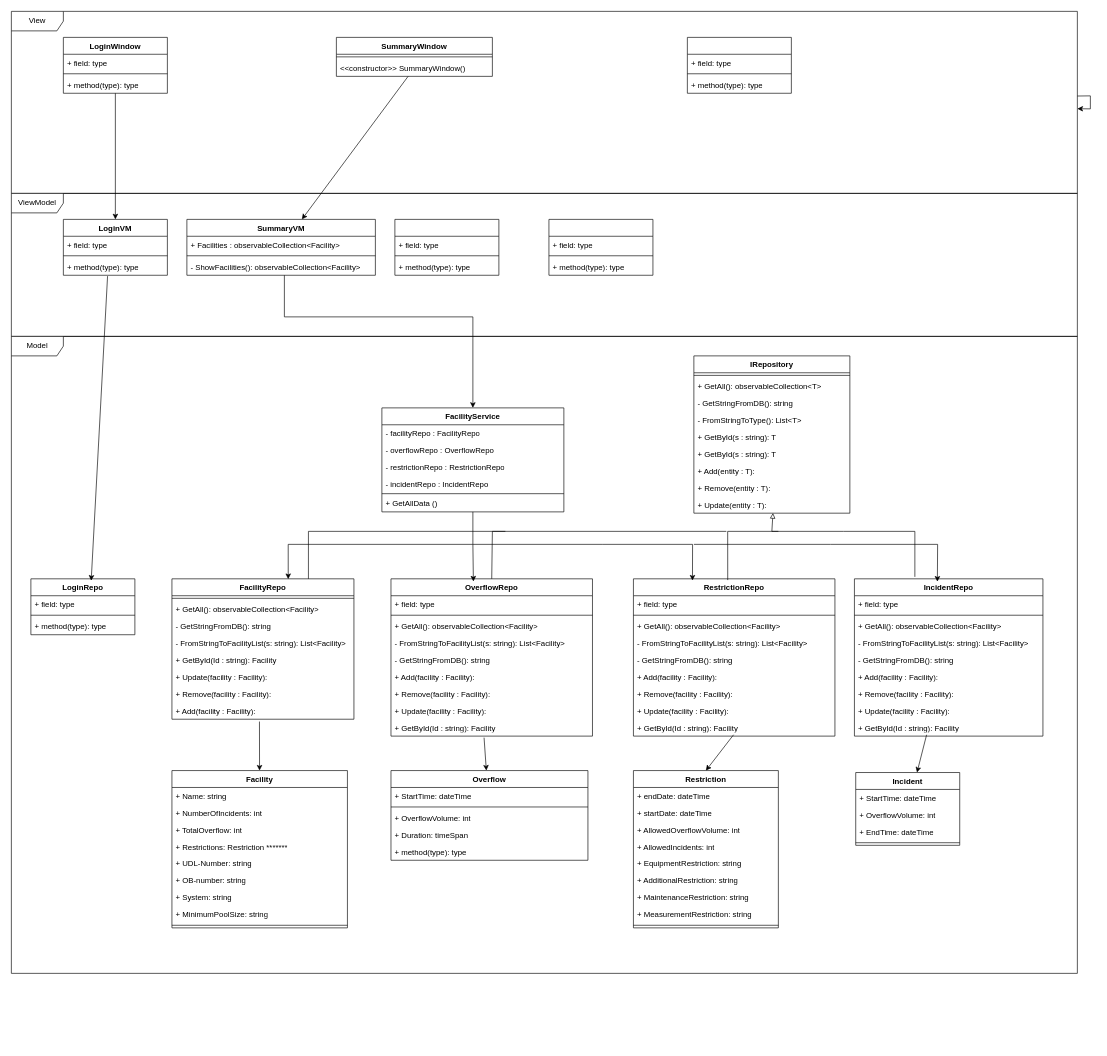
Earlier version of the draw.io diagram page "Side-2" (2 of 2) of SD og DCD_UC1 - 2.drawio (DScharla/T14). Source tidied: cells renumbered, new cells numbered last; positions are measured from the earlier drawing's top-left corner, leaving out a move shared by most shapes. Both pictures are drawn from the tidied source at 65%, with x=0, y=0 at pixel (11, 11).
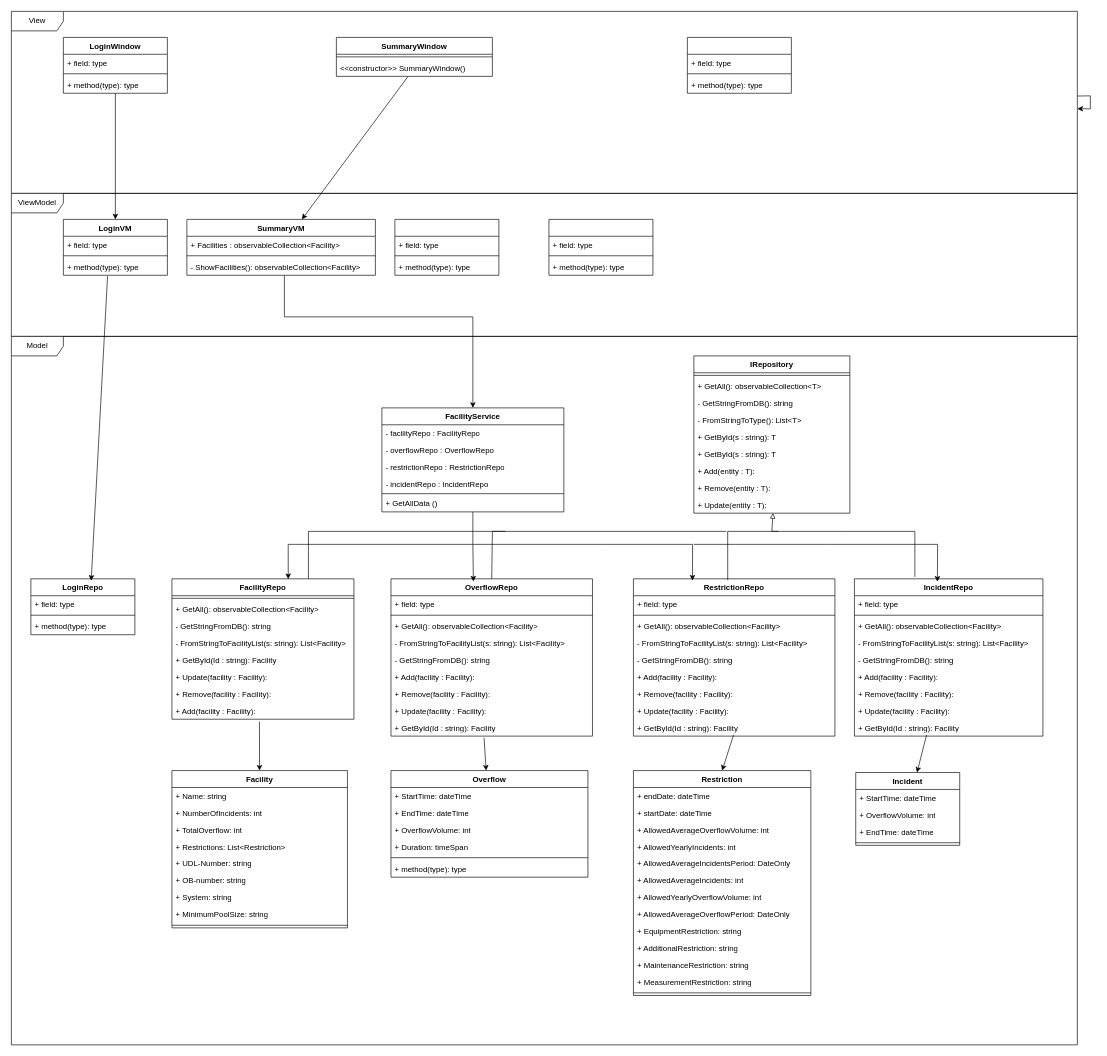
After the change.

Commit message:
Opdateret DCD

The change refers to these unchanged cells:
```xml
<mxCell id="38" value="Facility" style="swimlane;fontStyle=1;align=center;verticalAlign=top;horizontal=1;startSize=26;whiteSpace=wrap;html=1;" parent="1" vertex="1">
  <mxGeometry x="247" y="1168" width="270" height="242" as="geometry" />
</mxCell>
```

Diff of the diagram source:
```diff
@@
-    <mxCell id="42" value="+ Restrictions: Restriction *******" style="text;strokeColor=none;fillColor=none;align=left;verticalAlign=top;spacingLeft=4;spacingRight=4;overflow=hidden;whiteSpace=wrap;html=1;" parent="38" vertex="1">
+    <mxCell id="42" value="+ Restrictions: List&amp;lt;Restriction&amp;gt;" style="text;strokeColor=none;fillColor=none;align=left;verticalAlign=top;spacingLeft=4;spacingRight=4;overflow=hidden;whiteSpace=wrap;html=1;" parent="38" vertex="1">
       <mxGeometry y="104" width="270" height="26" as="geometry" />
     </mxCell>
@@
     <mxCell id="50" value="Model" style="shape=umlFrame;whiteSpace=wrap;html=1;width=80;height=30;" parent="1" vertex="1">
-      <mxGeometry y="500" width="1640" height="980" as="geometry" />
+      <mxGeometry y="500" width="1640" height="1090" as="geometry" />
     </mxCell>
     <mxCell id="51" value="Restriction" style="swimlane;fontStyle=1;align=center;verticalAlign=top;horizontal=1;startSize=26;whiteSpace=wrap;html=1;" parent="1" vertex="1">
-      <mxGeometry x="957" y="1168" width="223" height="242" as="geometry" />
+      <mxGeometry x="957" y="1168" width="273" height="346" as="geometry" />
     </mxCell>
     <mxCell id="52" value="+ endDate: dateTime&lt;span style=&quot;white-space: pre;&quot;&gt;&#9;&lt;/span&gt;" style="text;strokeColor=none;fillColor=none;align=left;verticalAlign=top;spacingLeft=4;spacingRight=4;overflow=hidden;whiteSpace=wrap;html=1;" parent="51" vertex="1">
-      <mxGeometry y="26" width="223" height="26" as="geometry" />
+      <mxGeometry y="26" width="273" height="26" as="geometry" />
     </mxCell>
     <mxCell id="53" value="+ startDate: dateTime" style="text;strokeColor=none;fillColor=none;align=left;verticalAlign=top;spacingLeft=4;spacingRight=4;overflow=hidden;whiteSpace=wrap;html=1;" parent="51" vertex="1">
-      <mxGeometry y="52" width="223" height="26" as="geometry" />
+      <mxGeometry y="52" width="273" height="26" as="geometry" />
     </mxCell>
-    <mxCell id="54" value="+ AllowedOverflowVolume: int" style="text;strokeColor=none;fillColor=none;align=left;verticalAlign=top;spacingLeft=4;spacingRight=4;overflow=hidden;whiteSpace=wrap;html=1;" parent="51" vertex="1">
-      <mxGeometry y="78" width="223" height="26" as="geometry" />
-    </mxCell>
-    <mxCell id="55" value="+ AllowedIncidents: int" style="text;strokeColor=none;fillColor=none;align=left;verticalAlign=top;spacingLeft=4;spacingRight=4;overflow=hidden;whiteSpace=wrap;html=1;" parent="51" vertex="1">
-      <mxGeometry y="104" width="223" height="26" as="geometry" />
-    </mxCell>
+    <mxCell id="140" value="+ AllowedAverageOverflowVolume: int" style="text;strokeColor=none;fillColor=none;align=left;verticalAlign=top;spacingLeft=4;spacingRight=4;overflow=hidden;whiteSpace=wrap;html=1;" parent="51" vertex="1">
+      <mxGeometry y="78" width="273" height="26" as="geometry" />
+    </mxCell>
+    <mxCell id="141" value="+ AllowedYearlyIncidents: int" style="text;strokeColor=none;fillColor=none;align=left;verticalAlign=top;spacingLeft=4;spacingRight=4;overflow=hidden;whiteSpace=wrap;html=1;" parent="51" vertex="1">
+      <mxGeometry y="104" width="273" height="26" as="geometry" />
+    </mxCell>
+    <mxCell id="142" value="+ AllowedAverageIncidentsPeriod: DateOnly" style="text;strokeColor=none;fillColor=none;align=left;verticalAlign=top;spacingLeft=4;spacingRight=4;overflow=hidden;whiteSpace=wrap;html=1;" parent="51" vertex="1">
+      <mxGeometry y="130" width="273" height="26" as="geometry" />
+    </mxCell>
+    <mxCell id="143" value="+ AllowedAverageIncidents: int" style="text;strokeColor=none;fillColor=none;align=left;verticalAlign=top;spacingLeft=4;spacingRight=4;overflow=hidden;whiteSpace=wrap;html=1;" parent="51" vertex="1">
+      <mxGeometry y="156" width="273" height="26" as="geometry" />
+    </mxCell>
+    <mxCell id="144" value="+ AllowedYearlyOverflowVolume: int" style="text;strokeColor=none;fillColor=none;align=left;verticalAlign=top;spacingLeft=4;spacingRight=4;overflow=hidden;whiteSpace=wrap;html=1;" parent="51" vertex="1">
+      <mxGeometry y="182" width="273" height="26" as="geometry" />
+    </mxCell>
+    <mxCell id="145" value="+ AllowedAverageOverflowPeriod: DateOnly" style="text;strokeColor=none;fillColor=none;align=left;verticalAlign=top;spacingLeft=4;spacingRight=4;overflow=hidden;whiteSpace=wrap;html=1;" parent="51" vertex="1">
+      <mxGeometry y="208" width="273" height="26" as="geometry" />
+    </mxCell>
     <mxCell id="56" value="+ EquipmentRestriction: string" style="text;strokeColor=none;fillColor=none;align=left;verticalAlign=top;spacingLeft=4;spacingRight=4;overflow=hidden;whiteSpace=wrap;html=1;" parent="51" vertex="1">
-      <mxGeometry y="130" width="223" height="26" as="geometry" />
+      <mxGeometry y="234" width="273" height="26" as="geometry" />
     </mxCell>
     <mxCell id="57" value="+ AdditionalRestriction: string" style="text;strokeColor=none;fillColor=none;align=left;verticalAlign=top;spacingLeft=4;spacingRight=4;overflow=hidden;whiteSpace=wrap;html=1;" parent="51" vertex="1">
-      <mxGeometry y="156" width="223" height="26" as="geometry" />
+      <mxGeometry y="260" width="273" height="26" as="geometry" />
     </mxCell>
     <mxCell id="58" value="+ MaintenanceRestriction: string" style="text;strokeColor=none;fillColor=none;align=left;verticalAlign=top;spacingLeft=4;spacingRight=4;overflow=hidden;whiteSpace=wrap;html=1;" parent="51" vertex="1">
-      <mxGeometry y="182" width="223" height="26" as="geometry" />
+      <mxGeometry y="286" width="273" height="26" as="geometry" />
     </mxCell>
     <mxCell id="59" value="+ MeasurementRestriction: string" style="text;strokeColor=none;fillColor=none;align=left;verticalAlign=top;spacingLeft=4;spacingRight=4;overflow=hidden;whiteSpace=wrap;html=1;" parent="51" vertex="1">
-      <mxGeometry y="208" width="223" height="26" as="geometry" />
+      <mxGeometry y="312" width="273" height="26" as="geometry" />
     </mxCell>
     <mxCell id="60" style="line;strokeWidth=1;fillColor=none;align=left;verticalAlign=middle;spacingTop=-1;spacingLeft=3;spacingRight=3;labelPosition=right;strokeColor=inherit;" parent="51" vertex="1">
-      <mxGeometry y="234" width="223" height="8" as="geometry" />
+      <mxGeometry y="338" width="273" height="8" as="geometry" />
     </mxCell>
     <mxCell id="61" value="Overflow" style="swimlane;fontStyle=1;align=center;verticalAlign=top;horizontal=1;startSize=26;whiteSpace=wrap;html=1;" parent="1" vertex="1">
-      <mxGeometry x="584" y="1168" width="303" height="138" as="geometry" />
+      <mxGeometry x="584" y="1168" width="303" height="164" as="geometry" />
     </mxCell>
@@
-    <mxCell id="63" style="line;strokeWidth=1;fillColor=none;align=left;verticalAlign=middle;spacingTop=-1;spacingLeft=3;spacingRight=3;labelPosition=right;strokeColor=inherit;" parent="61" vertex="1">
-      <mxGeometry y="52" width="303" height="8" as="geometry" />
-    </mxCell>
+    <mxCell id="146" value="+ EndTime: dateTime" style="text;strokeColor=none;fillColor=none;align=left;verticalAlign=top;spacingLeft=4;spacingRight=4;overflow=hidden;whiteSpace=wrap;html=1;" parent="61" vertex="1">
+      <mxGeometry y="52" width="303" height="26" as="geometry" />
+    </mxCell>
     <mxCell id="64" value="+ OverflowVolume: int" style="text;strokeColor=none;fillColor=none;align=left;verticalAlign=top;spacingLeft=4;spacingRight=4;overflow=hidden;whiteSpace=wrap;html=1;" parent="61" vertex="1">
-      <mxGeometry y="60" width="303" height="26" as="geometry" />
+      <mxGeometry y="78" width="303" height="26" as="geometry" />
     </mxCell>
     <mxCell id="65" value="+ Duration: timeSpan" style="text;strokeColor=none;fillColor=none;align=left;verticalAlign=top;spacingLeft=4;spacingRight=4;overflow=hidden;whiteSpace=wrap;html=1;" parent="61" vertex="1">
-      <mxGeometry y="86" width="303" height="26" as="geometry" />
+      <mxGeometry y="104" width="303" height="26" as="geometry" />
     </mxCell>
+    <mxCell id="63" style="line;strokeWidth=1;fillColor=none;align=left;verticalAlign=middle;spacingTop=-1;spacingLeft=3;spacingRight=3;labelPosition=right;strokeColor=inherit;" parent="61" vertex="1">
+      <mxGeometry y="130" width="303" height="8" as="geometry" />
+    </mxCell>
     <mxCell id="66" value="+ method(type): type" style="text;strokeColor=none;fillColor=none;align=left;verticalAlign=top;spacingLeft=4;spacingRight=4;overflow=hidden;whiteSpace=wrap;html=1;" parent="61" vertex="1">
-      <mxGeometry y="112" width="303" height="26" as="geometry" />
+      <mxGeometry y="138" width="303" height="26" as="geometry" />
     </mxCell>
```
